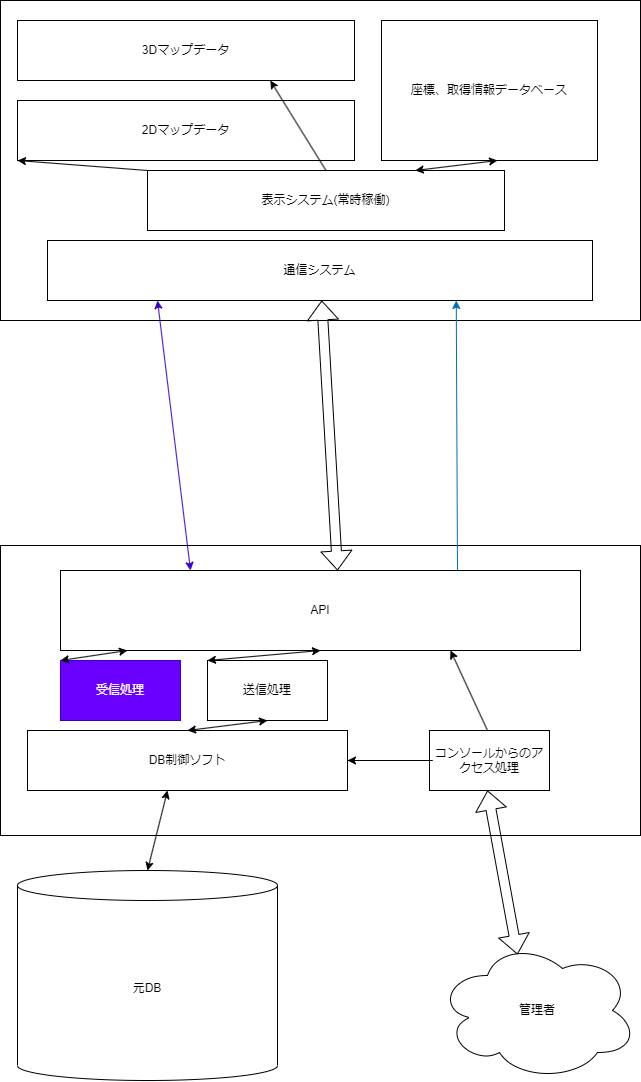
nanten-pi/PLATEAUpront keeps this draw.io diagram as setting/main.drawio.png. Above is the earlier version. Source tidied: cells renumbered, new cells last; positions are measured from the earlier drawing's top-left corner, leaving out a move shared by most shapes.
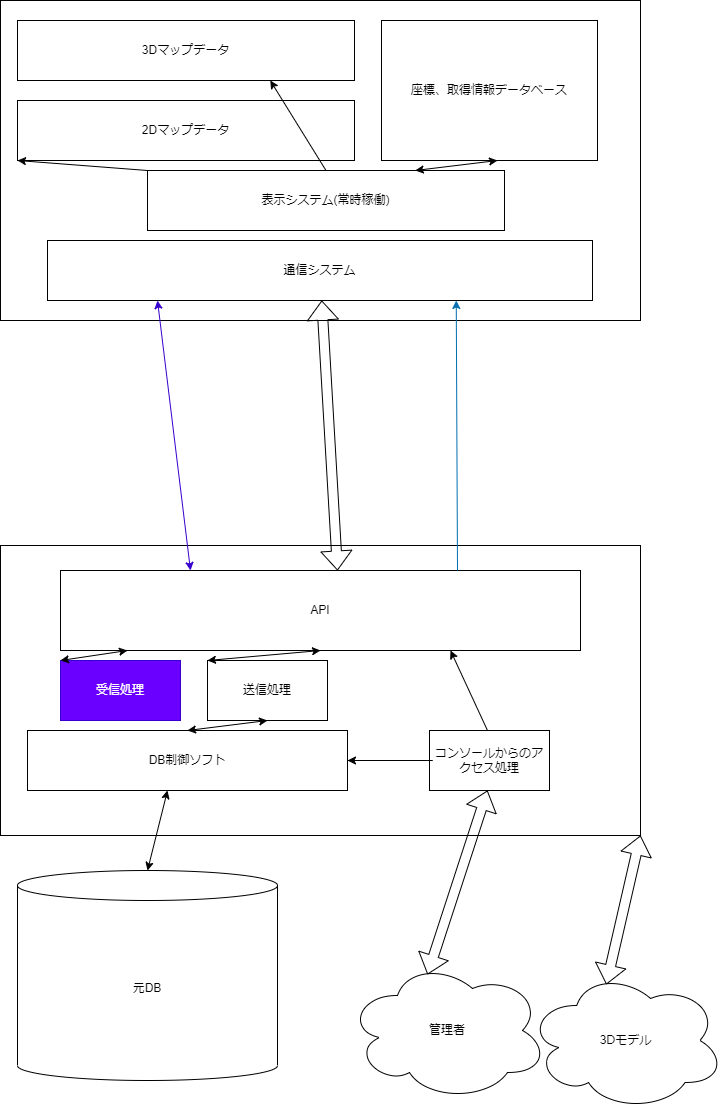
Above is the later version.

What changed in the source:
```diff
@@ -12,7 +12,7 @@
       <mxGeometry x="17" y="870" width="260" height="210" as="geometry" />
     </mxCell>
     <mxCell id="5" value="管理者" style="ellipse;shape=cloud;whiteSpace=wrap;html=1;" parent="1" vertex="1">
-      <mxGeometry x="437" y="940" width="200" height="140" as="geometry" />
+      <mxGeometry x="347" y="960" width="200" height="140" as="geometry" />
     </mxCell>
     <mxCell id="6" value="3Dマップデータ" style="rounded=0;whiteSpace=wrap;html=1;" parent="1" vertex="1">
       <mxGeometry x="17" y="20" width="337" height="60" as="geometry" />
@@ -109,5 +109,11 @@
         <mxPoint x="457" y="570" as="sourcePoint" />
       </mxGeometry>
     </mxCell>
+    <mxCell id="29" value="3Ⅾモデル" style="ellipse;shape=cloud;whiteSpace=wrap;html=1;" parent="1" vertex="1">
+      <mxGeometry x="527" y="970" width="197" height="140" as="geometry" />
+    </mxCell>
+    <mxCell id="30" style="shape=flexArrow;endArrow=classic;startArrow=classic;html=1;exitX=0.4;exitY=0.1;exitDx=0;exitDy=0;exitPerimeter=0;entryX=1;entryY=1;entryDx=0;entryDy=0;" parent="1" edge="1" source="29" target="3">
+      <mxGeometry relative="1" as="geometry" />
+    </mxCell>
   </root>
 </mxGraphModel>
```
